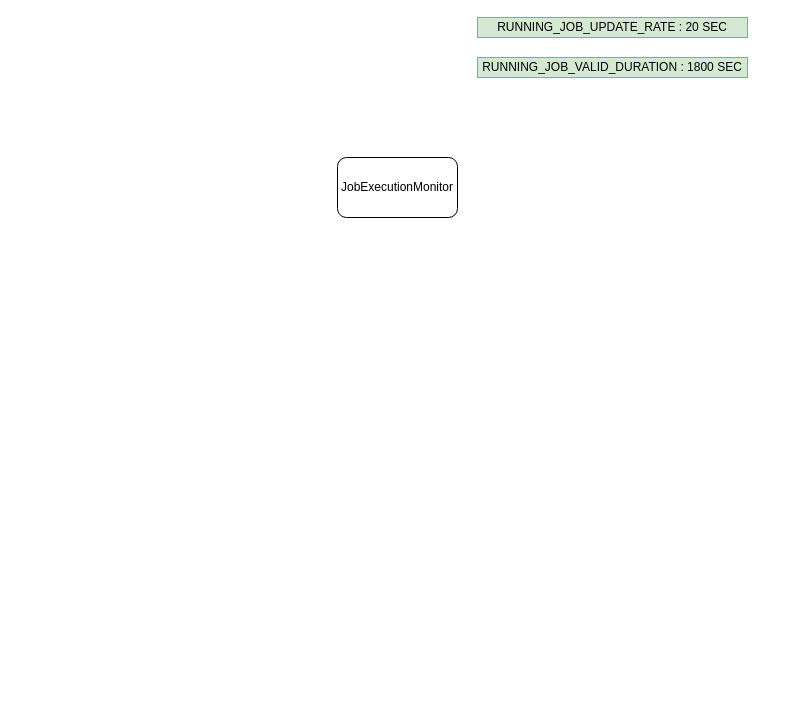
Above: CD-job-monitoring.drawio in cjjian/Diagram (draw.io), before the change. Source tidied: cells renumbered, new cells numbered last; positions are measured from the earlier drawing's top-left corner, leaving out a move shared by most shapes. Both pictures are drawn from the tidied source at 100%, with x=0, y=0 at pixel (337, 17).
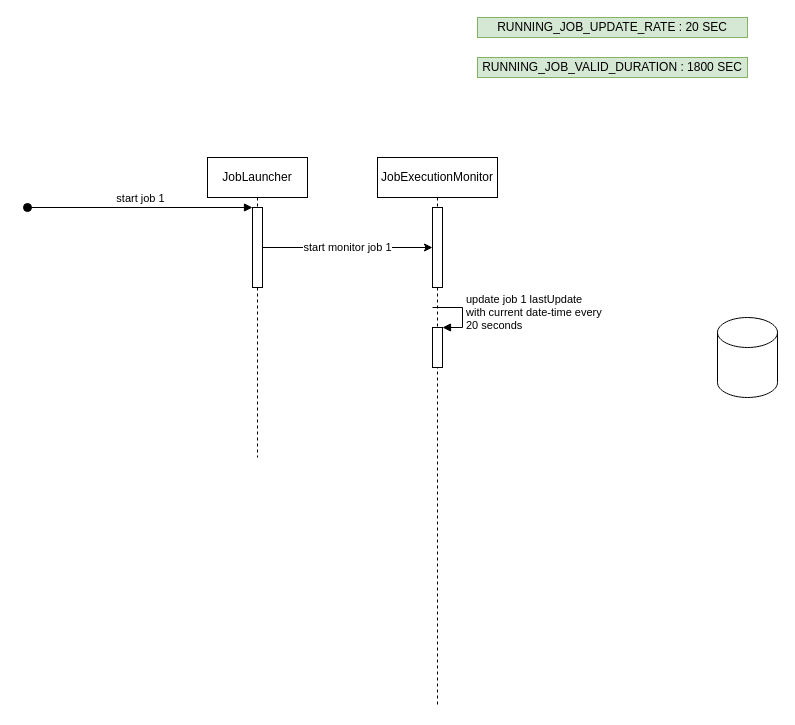
Above is the later version.

Diff of the diagram source:
```diff
@@
 <mxGraphModel>
   <root>
     <mxCell id="0" />
     <mxCell id="1" parent="0" />
-    <mxCell id="2" value="JobExecutionMonitor" style="rounded=1;whiteSpace=wrap;html=1;" parent="1" vertex="1">
-      <mxGeometry y="140" width="120" height="60" as="geometry" />
-    </mxCell>
     <mxCell id="3" value="RUNNING_JOB_UPDATE_RATE : 20 SEC" style="rounded=0;whiteSpace=wrap;html=1;fillColor=#d5e8d4;strokeColor=#82b366;" parent="1" vertex="1">
       <mxGeometry x="140" width="270" height="20" as="geometry" />
     </mxCell>
     <mxCell id="4" value="RUNNING_JOB_VALID_DURATION : 1800 SEC" style="rounded=0;whiteSpace=wrap;html=1;fillColor=#d5e8d4;strokeColor=#82b366;" parent="1" vertex="1">
       <mxGeometry x="140" y="40" width="270" height="20" as="geometry" />
     </mxCell>
+    <mxCell id="5" value="JobLauncher" style="shape=umlLifeline;perimeter=lifelinePerimeter;whiteSpace=wrap;html=1;" parent="1" vertex="1">
+      <mxGeometry x="-130" y="140" width="100" height="300" as="geometry" />
+    </mxCell>
+    <mxCell id="6" style="html=1;points=[];perimeter=orthogonalPerimeter;" parent="5" vertex="1">
+      <mxGeometry x="45" y="50" width="10" height="80" as="geometry" />
+    </mxCell>
+    <mxCell id="7" value="start job 1" style="html=1;verticalAlign=bottom;startArrow=oval;endArrow=block;startSize=8;rounded=0;" parent="5" edge="1" target="6">
+      <mxGeometry relative="1" as="geometry">
+        <mxPoint x="-180" y="50" as="sourcePoint" />
+      </mxGeometry>
+    </mxCell>
+    <mxCell id="2" value="JobExecutionMonitor" style="shape=umlLifeline;perimeter=lifelinePerimeter;whiteSpace=wrap;html=1;" parent="1" vertex="1">
+      <mxGeometry x="40" y="140" width="120" height="550" as="geometry" />
+    </mxCell>
+    <mxCell id="8" style="html=1;points=[];perimeter=orthogonalPerimeter;" parent="2" vertex="1">
+      <mxGeometry x="55" y="50" width="10" height="80" as="geometry" />
+    </mxCell>
+    <mxCell id="9" style="html=1;points=[];perimeter=orthogonalPerimeter;" parent="2" vertex="1">
+      <mxGeometry x="55" y="170" width="10" height="40" as="geometry" />
+    </mxCell>
+    <mxCell id="10" value="update job 1 lastUpdate&lt;br&gt;with current date-time every&lt;br&gt;20 seconds" style="edgeStyle=orthogonalEdgeStyle;html=1;align=left;spacingLeft=2;endArrow=block;rounded=0;entryX=1;entryY=0;" parent="2" edge="1" target="9">
+      <mxGeometry relative="1" as="geometry">
+        <mxPoint x="55" y="150" as="sourcePoint" />
+        <Array as="points">
+          <mxPoint x="85" y="150" />
+        </Array>
+      </mxGeometry>
+    </mxCell>
+    <mxCell id="11" style="shape=cylinder3;whiteSpace=wrap;html=1;boundedLbl=1;backgroundOutline=1;size=15;" parent="1" vertex="1">
+      <mxGeometry x="380" y="300" width="60" height="80" as="geometry" />
+    </mxCell>
+    <mxCell id="12" value="start monitor job 1" style="edgeStyle=orthogonalEdgeStyle;rounded=0;jettySize=auto;html=1;" parent="1" edge="1" source="6" target="8">
+      <mxGeometry relative="1" as="geometry" />
+    </mxCell>
   </root>
 </mxGraphModel>
```
